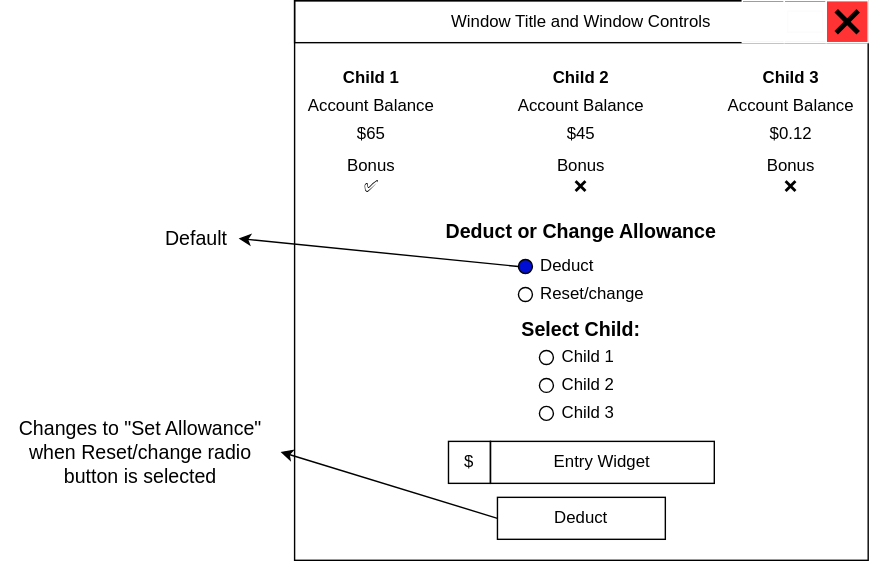
hdert/dtgLvl3PyAssessment2022 keeps this draw.io diagram as gui1.drawio.svg. Above is the earlier version. Source tidied: cells renumbered, new cells last; positions are measured from the earlier drawing's top-left corner, leaving out a move shared by most shapes.
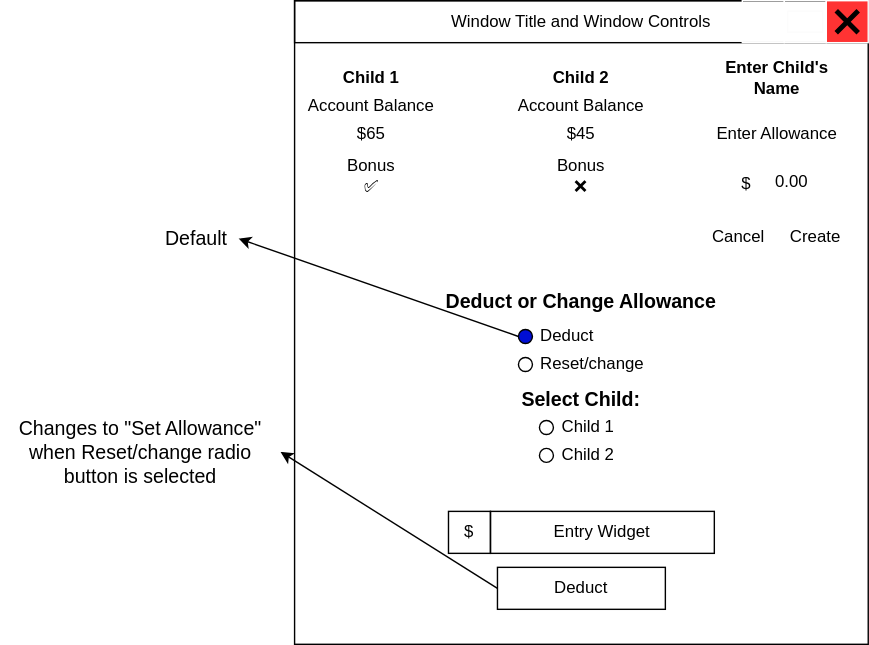
Later version of the same file.

Commit message:
add ability to add children

What changed in the source:
```diff
@@ -3,7 +3,7 @@
     <mxCell id="0" />
     <mxCell id="1" parent="0" />
     <mxCell id="2" style="rounded=0;whiteSpace=wrap;html=1;fillColor=none;" parent="1" vertex="1">
-      <mxGeometry x="210" width="410" height="400" as="geometry" />
+      <mxGeometry x="210" width="410" height="460" as="geometry" />
     </mxCell>
     <mxCell id="3" value="Window Title and Window Controls" style="rounded=0;whiteSpace=wrap;html=1;fillColor=none;" parent="1" vertex="1">
       <mxGeometry x="210" width="410" height="30" as="geometry" />
@@ -50,56 +50,92 @@
     <mxCell id="17" style="rounded=0;whiteSpace=wrap;html=1;strokeColor=none;fillColor=#FFFFFF;rotation=0;" parent="15" vertex="1">
       <mxGeometry x="5" y="12.5" width="20" height="5" as="geometry" />
     </mxCell>
-    <mxCell id="18" style="group;" parent="1" vertex="1">
-      <mxGeometry x="235" y="110" width="360" height="30" as="geometry" />
-    </mxCell>
+    <mxCell id="61" style="edgeStyle=none;html=1;exitX=0;exitY=0.5;exitDx=0;exitDy=0;fontSize=14;entryX=1;entryY=0.5;entryDx=0;entryDy=0;" parent="1" edge="1" source="57" target="62">
+      <mxGeometry relative="1" as="geometry" />
+    </mxCell>
+    <mxCell id="62" value="Default" style="text;html=1;strokeColor=none;fillColor=none;align=center;verticalAlign=middle;whiteSpace=wrap;rounded=0;fontSize=14;" parent="1" vertex="1">
+      <mxGeometry x="110" y="155" width="60" height="30" as="geometry" />
+    </mxCell>
+    <mxCell id="63" style="edgeStyle=none;html=1;exitX=0;exitY=0.5;exitDx=0;exitDy=0;fontSize=14;entryX=1;entryY=0.5;entryDx=0;entryDy=0;" parent="1" edge="1" source="36" target="64">
+      <mxGeometry relative="1" as="geometry" />
+    </mxCell>
+    <mxCell id="64" value="Changes to &quot;Set Allowance&quot; when Reset/change radio button is selected" style="text;html=1;strokeColor=none;fillColor=none;align=center;verticalAlign=middle;whiteSpace=wrap;rounded=0;fontSize=14;" parent="1" vertex="1">
+      <mxGeometry y="285" width="200" height="75" as="geometry" />
+    </mxCell>
+    <mxCell id="65" style="group;" parent="1" vertex="1">
+      <mxGeometry x="235" y="110" width="210" height="30" as="geometry" />
+    </mxCell>
-    <mxCell id="19" value="Bonus&lt;br&gt;✅" style="text;html=1;strokeColor=none;fillColor=none;align=center;verticalAlign=middle;whiteSpace=wrap;rounded=0;" parent="18" vertex="1">
+    <mxCell id="19" value="Bonus&lt;br&gt;✅" style="text;html=1;strokeColor=none;fillColor=none;align=center;verticalAlign=middle;whiteSpace=wrap;rounded=0;" parent="65" vertex="1">
       <mxGeometry width="60" height="30" as="geometry" />
     </mxCell>
-    <mxCell id="20" value="Bonus&lt;br&gt;❌" style="text;html=1;strokeColor=none;fillColor=none;align=center;verticalAlign=middle;whiteSpace=wrap;rounded=0;" parent="18" vertex="1">
-      <mxGeometry x="300" width="60" height="30" as="geometry" />
-    </mxCell>
-    <mxCell id="21" value="Bonus&lt;br&gt;❌" style="text;html=1;strokeColor=none;fillColor=none;align=center;verticalAlign=middle;whiteSpace=wrap;rounded=0;" parent="18" vertex="1">
+    <mxCell id="21" value="Bonus&lt;br&gt;❌" style="text;html=1;strokeColor=none;fillColor=none;align=center;verticalAlign=middle;whiteSpace=wrap;rounded=0;" parent="65" vertex="1">
       <mxGeometry x="150" width="60" height="30" as="geometry" />
     </mxCell>
-    <mxCell id="22" style="group;" parent="1" vertex="1">
-      <mxGeometry x="235" y="40" width="360" height="30" as="geometry" />
-    </mxCell>
+    <mxCell id="66" style="group;" parent="1" vertex="1">
+      <mxGeometry x="235" y="80" width="210" height="30" as="geometry" />
+    </mxCell>
+    <mxCell id="31" value="$65" style="text;html=1;strokeColor=none;fillColor=none;align=center;verticalAlign=middle;whiteSpace=wrap;rounded=0;" parent="66" vertex="1">
+      <mxGeometry width="60" height="30" as="geometry" />
+    </mxCell>
+    <mxCell id="33" value="$45" style="text;html=1;strokeColor=none;fillColor=none;align=center;verticalAlign=middle;whiteSpace=wrap;rounded=0;" parent="66" vertex="1">
+      <mxGeometry x="150" width="60" height="30" as="geometry" />
+    </mxCell>
+    <mxCell id="67" style="group;" parent="1" vertex="1">
+      <mxGeometry x="215" y="60" width="250" height="30" as="geometry" />
+    </mxCell>
+    <mxCell id="27" value="Account Balance" style="text;html=1;strokeColor=none;fillColor=none;align=center;verticalAlign=middle;whiteSpace=wrap;rounded=0;rotation=0;" parent="67" vertex="1">
+      <mxGeometry y="2.5" width="100" height="25" as="geometry" />
+    </mxCell>
+    <mxCell id="28" value="Account Balance" style="text;html=1;strokeColor=none;fillColor=none;align=center;verticalAlign=middle;whiteSpace=wrap;rounded=0;" parent="67" vertex="1">
+      <mxGeometry x="150" width="100" height="30" as="geometry" />
+    </mxCell>
+    <mxCell id="68" style="group;" parent="1" vertex="1">
+      <mxGeometry x="235" y="40" width="210" height="30" as="geometry" />
+    </mxCell>
-    <mxCell id="23" value="&lt;b&gt;Child 1&lt;/b&gt;" style="text;html=1;strokeColor=none;fillColor=none;align=center;verticalAlign=middle;whiteSpace=wrap;rounded=0;" parent="22" vertex="1">
+    <mxCell id="23" value="&lt;b&gt;Child 1&lt;/b&gt;" style="text;html=1;strokeColor=none;fillColor=none;align=center;verticalAlign=middle;whiteSpace=wrap;rounded=0;" parent="68" vertex="1">
       <mxGeometry width="60" height="30" as="geometry" />
     </mxCell>
-    <mxCell id="24" value="&lt;b&gt;Child 2&lt;/b&gt;" style="text;html=1;strokeColor=none;fillColor=none;align=center;verticalAlign=middle;whiteSpace=wrap;rounded=0;" parent="22" vertex="1">
+    <mxCell id="24" value="&lt;b&gt;Child 2&lt;/b&gt;" style="text;html=1;strokeColor=none;fillColor=none;align=center;verticalAlign=middle;whiteSpace=wrap;rounded=0;" parent="68" vertex="1">
       <mxGeometry x="150" width="60" height="30" as="geometry" />
     </mxCell>
+    <mxCell id="69" style="group;" parent="1" vertex="1">
+      <mxGeometry x="500" y="40" width="110" height="140" as="geometry" />
+    </mxCell>
+    <mxCell id="29" value="Enter Allowance" style="text;html=1;strokeColor=#FFFFFF;fillColor=none;align=center;verticalAlign=middle;whiteSpace=wrap;rounded=0;" parent="69" vertex="1">
+      <mxGeometry x="5" y="45" width="100" height="20" as="geometry" />
+    </mxCell>
-    <mxCell id="25" value="&lt;b&gt;Child 3&lt;/b&gt;" style="text;html=1;strokeColor=none;fillColor=none;align=center;verticalAlign=middle;whiteSpace=wrap;rounded=0;" parent="22" vertex="1">
-      <mxGeometry x="300" width="60" height="30" as="geometry" />
+    <mxCell id="25" value="&lt;b&gt;Enter Child's Name&lt;/b&gt;" style="text;html=1;strokeColor=#FFFFFF;fillColor=none;align=center;verticalAlign=middle;whiteSpace=wrap;rounded=0;" parent="69" vertex="1">
+      <mxGeometry x="10" width="90" height="30" as="geometry" />
     </mxCell>
-    <mxCell id="26" style="group;" parent="1" vertex="1">
-      <mxGeometry x="215" y="60" width="400" height="30" as="geometry" />
-    </mxCell>
-    <mxCell id="27" value="Account Balance" style="text;html=1;strokeColor=none;fillColor=none;align=center;verticalAlign=middle;whiteSpace=wrap;rounded=0;rotation=0;" parent="26" vertex="1">
-      <mxGeometry y="2.5" width="100" height="25" as="geometry" />
-    </mxCell>
-    <mxCell id="28" value="Account Balance" style="text;html=1;strokeColor=none;fillColor=none;align=center;verticalAlign=middle;whiteSpace=wrap;rounded=0;" parent="26" vertex="1">
-      <mxGeometry x="150" width="100" height="30" as="geometry" />
-    </mxCell>
-    <mxCell id="29" value="Account Balance" style="text;html=1;strokeColor=none;fillColor=none;align=center;verticalAlign=middle;whiteSpace=wrap;rounded=0;" parent="26" vertex="1">
-      <mxGeometry x="300" width="100" height="30" as="geometry" />
-    </mxCell>
-    <mxCell id="30" style="group;" parent="1" vertex="1">
-      <mxGeometry x="235" y="80" width="360" height="30" as="geometry" />
-    </mxCell>
-    <mxCell id="31" value="$65" style="text;html=1;strokeColor=none;fillColor=none;align=center;verticalAlign=middle;whiteSpace=wrap;rounded=0;" parent="30" vertex="1">
-      <mxGeometry width="60" height="30" as="geometry" />
-    </mxCell>
+    <mxCell id="70" style="group;" parent="69" vertex="1">
+      <mxGeometry x="22.5" y="80" width="65" height="20" as="geometry" />
+    </mxCell>
-    <mxCell id="32" value="$0.12" style="text;html=1;strokeColor=none;fillColor=none;align=center;verticalAlign=middle;whiteSpace=wrap;rounded=0;" parent="30" vertex="1">
-      <mxGeometry x="300" width="60" height="30" as="geometry" />
+    <mxCell id="32" value="0.00" style="text;html=1;strokeColor=#FFFFFF;fillColor=none;align=center;verticalAlign=middle;whiteSpace=wrap;rounded=0;" parent="70" vertex="1">
+      <mxGeometry x="20" width="45" height="20" as="geometry" />
     </mxCell>
-    <mxCell id="33" value="$45" style="text;html=1;strokeColor=none;fillColor=none;align=center;verticalAlign=middle;whiteSpace=wrap;rounded=0;" parent="30" vertex="1">
-      <mxGeometry x="150" width="60" height="30" as="geometry" />
-    </mxCell>
+    <mxCell id="71" value="&lt;font style=&quot;font-size: 12px&quot;&gt;$&lt;/font&gt;" style="rounded=0;whiteSpace=wrap;html=1;fontSize=14;strokeColor=#FFFFFF;fillColor=none;" parent="70" vertex="1">
+      <mxGeometry width="20" height="20" as="geometry" />
+    </mxCell>
+    <mxCell id="72" style="group;" parent="69" vertex="1">
+      <mxGeometry y="115" width="110" height="25" as="geometry" />
+    </mxCell>
+    <mxCell id="73" value="&lt;font style=&quot;font-size: 12px&quot;&gt;Cancel&lt;/font&gt;" style="rounded=0;whiteSpace=wrap;html=1;fontSize=14;strokeColor=#FFFFFF;fillColor=none;" parent="72" vertex="1">
+      <mxGeometry width="55" height="25" as="geometry" />
+    </mxCell>
+    <mxCell id="74" value="&lt;font style=&quot;font-size: 12px&quot;&gt;Create&lt;/font&gt;" style="rounded=0;whiteSpace=wrap;html=1;fontSize=14;strokeColor=#FFFFFF;fillColor=none;" parent="72" vertex="1">
+      <mxGeometry x="55" width="55" height="25" as="geometry" />
+    </mxCell>
+    <mxCell id="75" style="group;" parent="1" vertex="1">
+      <mxGeometry x="280" y="200" width="270" height="235" as="geometry" />
+    </mxCell>
+    <mxCell id="51" value="&lt;b&gt;&lt;font style=&quot;font-size: 14px&quot;&gt;Select Child:&lt;/font&gt;&lt;/b&gt;" style="text;html=1;strokeColor=none;fillColor=none;align=center;verticalAlign=middle;whiteSpace=wrap;rounded=0;" parent="75" vertex="1">
+      <mxGeometry x="20" y="70" width="230" height="30" as="geometry" />
+    </mxCell>
+    <mxCell id="76" style="group;" parent="75" vertex="1">
+      <mxGeometry width="270" height="235" as="geometry" />
+    </mxCell>
-    <mxCell id="34" style="group;" parent="1" vertex="1">
-      <mxGeometry x="320" y="210" width="190" height="175" as="geometry" />
+    <mxCell id="34" style="group;" parent="76" vertex="1">
+      <mxGeometry x="40" y="60" width="190" height="175" as="geometry" />
     </mxCell>
     <mxCell id="35" style="group;" parent="34" vertex="1">
       <mxGeometry y="35" width="190" height="140" as="geometry" />
@@ -140,20 +176,8 @@
     <mxCell id="47" style="ellipse;whiteSpace=wrap;html=1;fillColor=none;" parent="45" vertex="1">
       <mxGeometry y="5" width="10" height="10" as="geometry" />
     </mxCell>
-    <mxCell id="48" style="group;" parent="41" vertex="1">
-      <mxGeometry y="40" width="60" height="20" as="geometry" />
-    </mxCell>
-    <mxCell id="49" value="Child 3" style="text;html=1;strokeColor=none;fillColor=none;align=center;verticalAlign=middle;whiteSpace=wrap;rounded=0;" parent="48" vertex="1">
-      <mxGeometry x="10" width="50" height="20" as="geometry" />
-    </mxCell>
-    <mxCell id="50" style="ellipse;whiteSpace=wrap;html=1;fillColor=none;" parent="48" vertex="1">
-      <mxGeometry y="5" width="10" height="10" as="geometry" />
-    </mxCell>
-    <mxCell id="51" value="&lt;b&gt;&lt;font style=&quot;font-size: 14px&quot;&gt;Select Child:&lt;/font&gt;&lt;/b&gt;" style="text;html=1;strokeColor=none;fillColor=none;align=center;verticalAlign=middle;whiteSpace=wrap;rounded=0;" parent="1" vertex="1">
-      <mxGeometry x="300" y="220" width="230" height="30" as="geometry" />
-    </mxCell>
-    <mxCell id="52" style="group;" parent="1" vertex="1">
-      <mxGeometry x="280" y="150" width="270" height="70" as="geometry" />
+    <mxCell id="52" style="group;" parent="76" vertex="1">
+      <mxGeometry width="270" height="70" as="geometry" />
     </mxCell>
     <mxCell id="53" value="&lt;font style=&quot;font-size: 14px&quot;&gt;&lt;b&gt;Deduct or Change Allowance&lt;/b&gt;&lt;/font&gt;" style="text;html=1;strokeColor=none;fillColor=none;align=center;verticalAlign=middle;whiteSpace=wrap;rounded=0;rotation=0;" parent="52" vertex="1">
       <mxGeometry width="270" height="30" as="geometry" />
@@ -179,17 +203,5 @@
     <mxCell id="60" style="ellipse;whiteSpace=wrap;html=1;fillColor=none;" parent="58" vertex="1">
       <mxGeometry y="5" width="10" height="10" as="geometry" />
     </mxCell>
-    <mxCell id="61" style="edgeStyle=none;html=1;exitX=0;exitY=0.5;exitDx=0;exitDy=0;fontSize=14;entryX=1;entryY=0.5;entryDx=0;entryDy=0;" parent="1" edge="1" source="57" target="62">
-      <mxGeometry relative="1" as="geometry" />
-    </mxCell>
-    <mxCell id="62" value="Default" style="text;html=1;strokeColor=none;fillColor=none;align=center;verticalAlign=middle;whiteSpace=wrap;rounded=0;fontSize=14;" parent="1" vertex="1">
-      <mxGeometry x="110" y="155" width="60" height="30" as="geometry" />
-    </mxCell>
-    <mxCell id="63" style="edgeStyle=none;html=1;exitX=0;exitY=0.5;exitDx=0;exitDy=0;fontSize=14;entryX=1;entryY=0.5;entryDx=0;entryDy=0;" parent="1" edge="1" source="36" target="64">
-      <mxGeometry relative="1" as="geometry" />
-    </mxCell>
-    <mxCell id="64" value="Changes to &quot;Set Allowance&quot; when Reset/change radio button is selected" style="text;html=1;strokeColor=none;fillColor=none;align=center;verticalAlign=middle;whiteSpace=wrap;rounded=0;fontSize=14;" parent="1" vertex="1">
-      <mxGeometry y="285" width="200" height="75" as="geometry" />
-    </mxCell>
   </root>
 </mxGraphModel>
```
